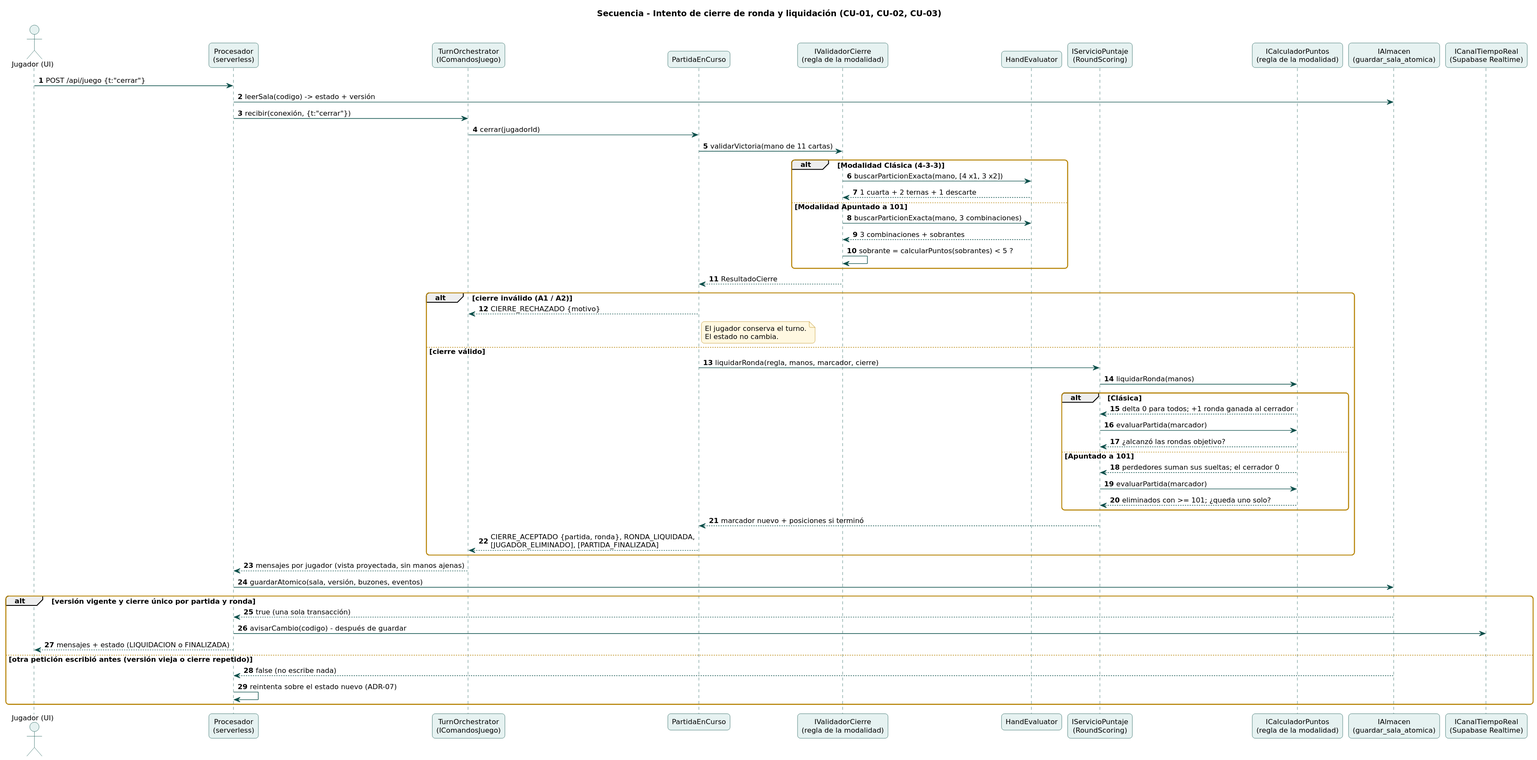
Above: docs/uml/render/08_secuencia_cierre.svg in ValentinaLujan12/FAS-Entregable02 (PlantUML), before the change.
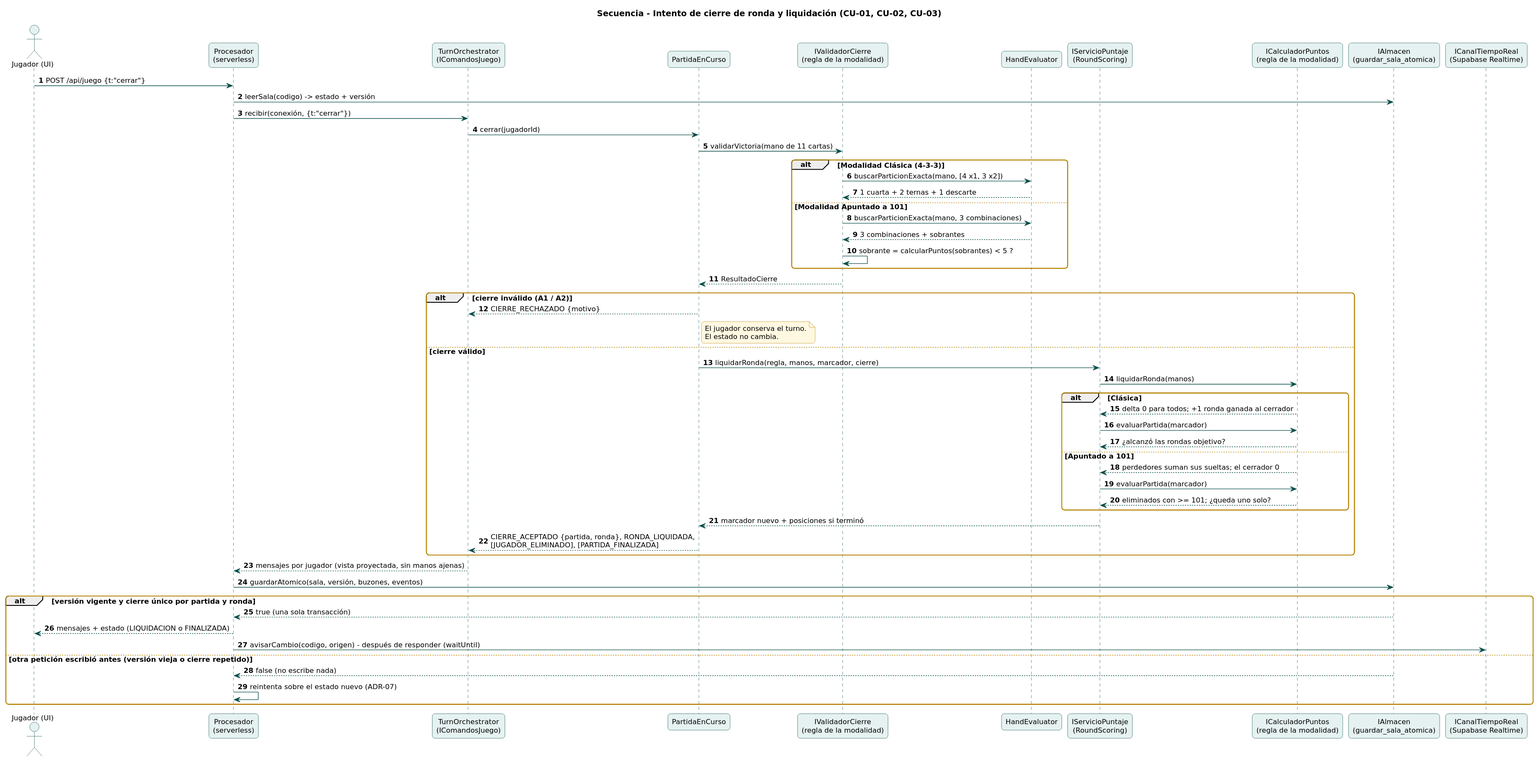
Later version of the same file.

Diff of the diagram source:
```diff
@@ -50,8 +50,8 @@
 PR -> A : guardarAtomico(sala, versión, buzones, eventos)
 alt versión vigente y cierre único por partida y ronda
   A --> PR : true (una sola transacción)
-  PR -> R : avisarCambio(codigo)  - después de guardar
   PR --> J : mensajes + estado (LIQUIDACION o FINALIZADA)
+  PR -> R : avisarCambio(codigo, origen)  - después de responder (waitUntil)
 else otra petición escribió antes (versión vieja o cierre repetido)
   A --> PR : false (no escribe nada)
   PR -> PR : reintenta sobre el estado nuevo (ADR-07)
```
